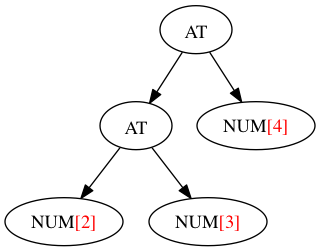
Above: AT.png in ULL-ESIT-PL/eyapp-debugging-tutorial (Graphviz), before the change. Its source is kept beside it as AT.dot. Source of this version:
```dot
digraph G {
ordering=out

  0 [label = <AT>];
  0 -> 01;
  0 -> 02;
  01 [label = <AT>];
  01 -> 011;
  01 -> 012;
  011 [label = <NUM<font color="red">[2]</font>>];
  012 [label = <NUM<font color="red">[3]</font>>];
  02 [label = <NUM<font color="red">[4]</font>>];

}
```
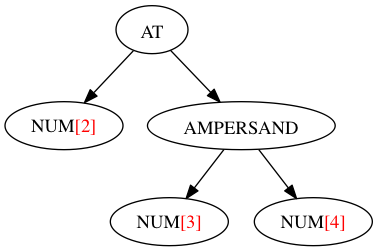
After the commit.

What changed in the source:
```diff
@@ -4,11 +4,11 @@
   0 [label = <AT>];
   0 -> 01;
   0 -> 02;
-  01 [label = <AT>];
-  01 -> 011;
-  01 -> 012;
-  011 [label = <NUM<font color="red">[2]</font>>];
-  012 [label = <NUM<font color="red">[3]</font>>];
-  02 [label = <NUM<font color="red">[4]</font>>];
+  01 [label = <NUM<font color="red">[2]</font>>];
+  02 [label = <AMPERSAND>];
+  02 -> 021;
+  02 -> 022;
+  021 [label = <NUM<font color="red">[3]</font>>];
+  022 [label = <NUM<font color="red">[4]</font>>];
 
 }
```
